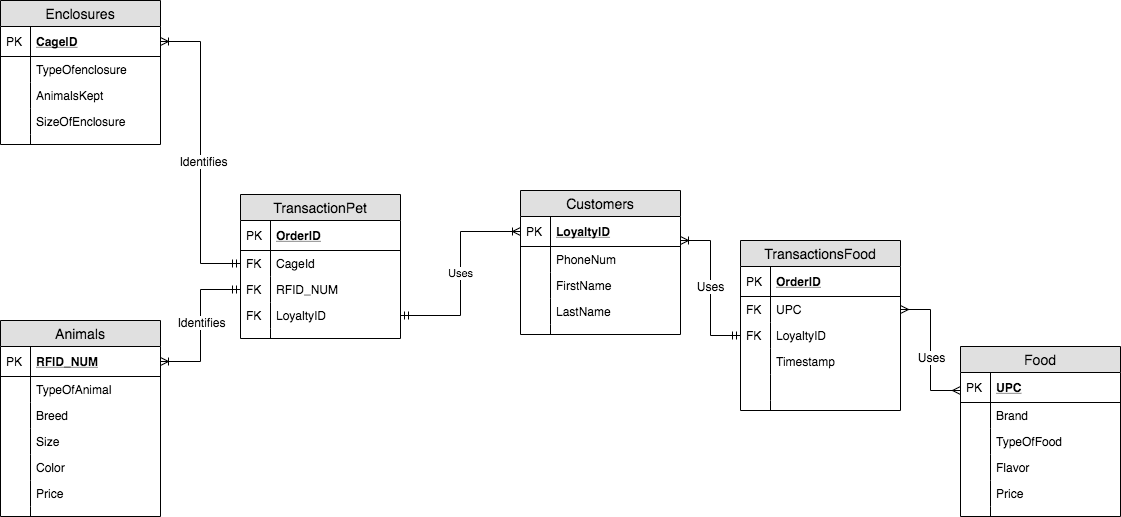
This is pictures/Lab Two IST 210.png from mdilapi2020/IST210, a draw.io export, as it was before one commit. Source tidied: cells renumbered, new cells last; positions are measured from the earlier drawing's top-left corner, leaving out a move shared by most shapes.
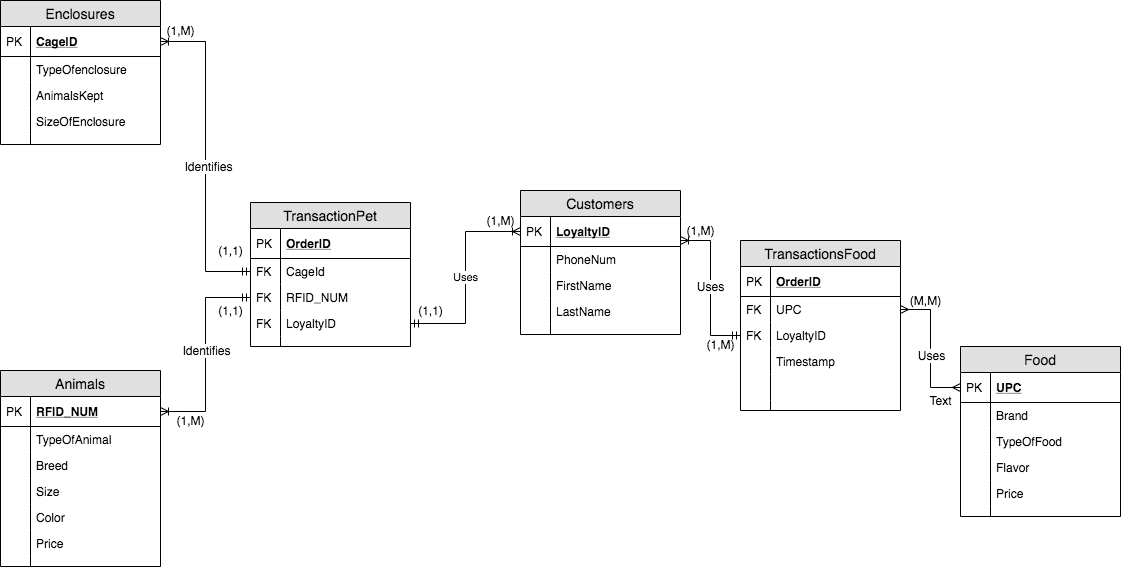
The same diagram one commit later.

Change to the diagram source:
```diff
@@ -122,7 +122,7 @@
       <mxGeometry width="30" height="10" as="geometry" />
     </mxCell>
     <mxCell id="41" value="Animals" style="swimlane;fontStyle=0;horizontal=1;startSize=26;fillColor=#e0e0e0;swimlaneFillColor=#ffffff;align=center;fontSize=14;" parent="1" vertex="1">
-      <mxGeometry y="320" width="160" height="196" as="geometry" />
+      <mxGeometry y="370" width="160" height="196" as="geometry" />
     </mxCell>
     <mxCell id="42" value="RFID_NUM" style="shape=partialRectangle;top=0;left=0;right=0;bottom=1;align=left;verticalAlign=middle;fillColor=none;spacingLeft=34;spacingRight=4;overflow=hidden;points=[[0,0.5],[1,0.5]];portConstraint=eastwest;fontStyle=5;fontSize=12;" parent="41" vertex="1">
       <mxGeometry y="26" width="160" height="30" as="geometry" />
@@ -167,7 +167,7 @@
       <mxGeometry width="30" height="10" as="geometry" />
     </mxCell>
     <mxCell id="56" value="TransactionPet" style="swimlane;fontStyle=0;horizontal=1;startSize=26;fillColor=#e0e0e0;swimlaneFillColor=#ffffff;align=center;fontSize=14;" parent="1" vertex="1">
-      <mxGeometry x="240" y="194" width="160" height="144" as="geometry" />
+      <mxGeometry x="250" y="202" width="160" height="144" as="geometry" />
     </mxCell>
     <mxCell id="57" value="OrderID" style="shape=partialRectangle;top=0;left=0;right=0;bottom=1;align=left;verticalAlign=middle;fillColor=none;spacingLeft=34;spacingRight=4;overflow=hidden;fontStyle=5;fontSize=12;" parent="56" vertex="1">
       <mxGeometry y="26" width="160" height="30" as="geometry" />
@@ -246,7 +246,7 @@
     </mxCell>
     <mxCell id="82" style="edgeStyle=entityRelationEdgeStyle;fontSize=12;html=1;endArrow=ERmany;startArrow=ERmany;exitX=1;exitY=0.5;exitDx=0;exitDy=0;rounded=0;" parent="1" edge="1" source="16">
       <mxGeometry relative="1" as="geometry">
-        <mxPoint x="960" y="390" as="targetPoint" />
+        <mxPoint x="960" y="387" as="targetPoint" />
       </mxGeometry>
     </mxCell>
     <mxCell id="83" value="Uses" style="text;html=1;align=center;verticalAlign=middle;labelBackgroundColor=#ffffff;" parent="82" vertex="1">
@@ -255,5 +255,35 @@
     <mxCell id="84" value="Uses" style="edgeStyle=orthogonalEdgeStyle;rounded=0;jettySize=auto;html=1;exitX=1;exitY=0.5;exitDx=0;exitDy=0;entryX=0;entryY=0.5;entryDx=0;entryDy=0;endArrow=ERoneToMany;endFill=0;startArrow=ERmandOne;startFill=0;" parent="1" edge="1" source="63" target="3">
       <mxGeometry relative="1" as="geometry" />
     </mxCell>
+    <mxCell id="85" value="(1,1)" style="text;html=1;align=center;verticalAlign=middle;" parent="1" vertex="1">
+      <mxGeometry x="210" y="240" width="40" height="20" as="geometry" />
+    </mxCell>
+    <mxCell id="86" value="(1,1)" style="text;html=1;align=center;verticalAlign=middle;" parent="1" vertex="1">
+      <mxGeometry x="210" y="300" width="40" height="20" as="geometry" />
+    </mxCell>
+    <mxCell id="87" value="(1,M)" style="text;html=1;align=center;verticalAlign=middle;" parent="1" vertex="1">
+      <mxGeometry x="170" y="410" width="40" height="20" as="geometry" />
+    </mxCell>
+    <mxCell id="88" value="(1,M)" style="text;html=1;align=center;verticalAlign=middle;" parent="1" vertex="1">
+      <mxGeometry x="160" y="20" width="40" height="20" as="geometry" />
+    </mxCell>
+    <mxCell id="89" value="(1,1)" style="text;html=1;align=center;verticalAlign=middle;" parent="1" vertex="1">
+      <mxGeometry x="410" y="300" width="40" height="20" as="geometry" />
+    </mxCell>
+    <mxCell id="90" value="(1,M)" style="text;html=1;align=center;verticalAlign=middle;" parent="1" vertex="1">
+      <mxGeometry x="480" y="210" width="40" height="20" as="geometry" />
+    </mxCell>
+    <mxCell id="91" value="(1,M)" style="text;html=1;align=center;verticalAlign=middle;" parent="1" vertex="1">
+      <mxGeometry x="680" y="220" width="40" height="20" as="geometry" />
+    </mxCell>
+    <mxCell id="92" value="(1,M)" style="text;html=1;align=center;verticalAlign=middle;" parent="1" vertex="1">
+      <mxGeometry x="700" y="334" width="40" height="20" as="geometry" />
+    </mxCell>
+    <mxCell id="93" value="(M,M)" style="text;html=1;align=center;verticalAlign=middle;" parent="1" vertex="1">
+      <mxGeometry x="900" y="290" width="50" height="20" as="geometry" />
+    </mxCell>
+    <mxCell id="94" value="Text" style="text;html=1;align=center;verticalAlign=middle;" parent="1" vertex="1">
+      <mxGeometry x="920" y="390" width="40" height="20" as="geometry" />
+    </mxCell>
   </root>
 </mxGraphModel>
```
